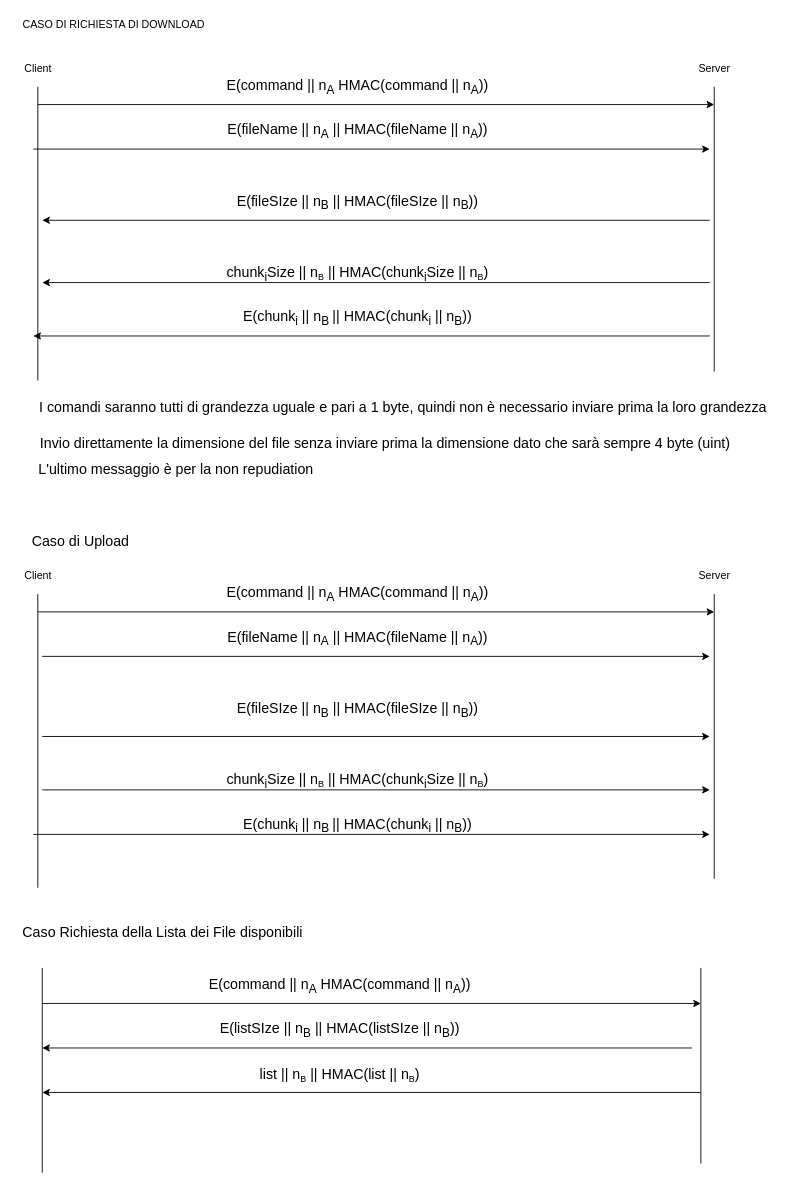
Earlier version of the draw.io diagram schemes/SecondPhase.drawio (fontanellileonardo/Secure-File-Transfer). Source tidied: cells renumbered, new cells numbered last; positions are measured from the earlier drawing's top-left corner, leaving out a move shared by most shapes. Both pictures are drawn from the tidied source at 89%, with x=0, y=0 at pixel (15, 15).
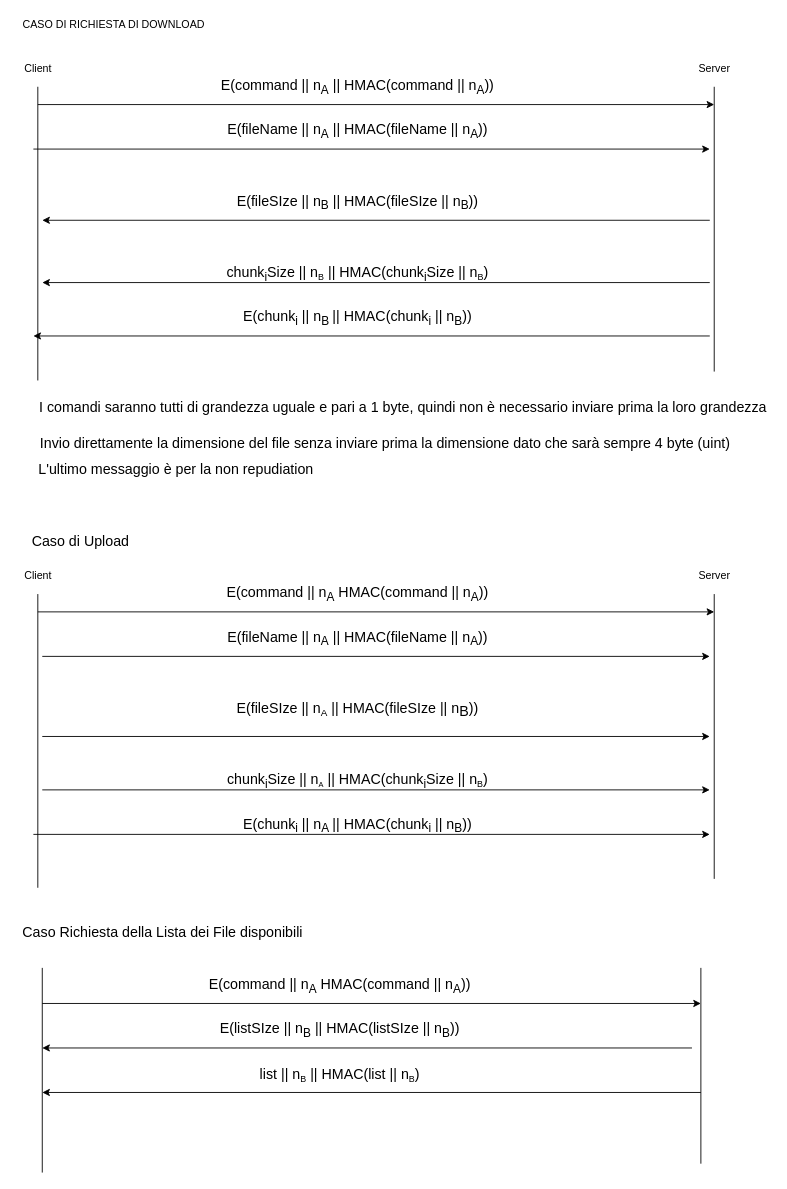
The same diagram, later.

Commit message (it also covers changes not shown here):
Modificati schemi protocolli

Diff of the diagram source:
```diff
@@
-    <mxCell id="7" value="&lt;font style=&quot;font-size: 16px&quot;&gt;E(command || n&lt;sub&gt;A&lt;/sub&gt; HMAC(command || n&lt;sub&gt;A&lt;/sub&gt;))&lt;/font&gt;" style="text;html=1;align=center;verticalAlign=middle;" parent="1" vertex="1">
-      <mxGeometry x="229" y="70" width="310" height="20" as="geometry" />
+    <mxCell id="7" value="&lt;font style=&quot;font-size: 16px&quot;&gt;E(command || n&lt;sub&gt;A&lt;/sub&gt;&amp;nbsp;|| HMAC(command || n&lt;sub&gt;A&lt;/sub&gt;))&lt;/font&gt;" style="text;html=1;align=center;verticalAlign=middle;" parent="1" vertex="1">
+      <mxGeometry x="224" y="70" width="320" height="20" as="geometry" />
     </mxCell>
@@
-    <mxCell id="29" value="&lt;font style=&quot;font-size: 16px&quot;&gt;E(fileSIze || n&lt;sub&gt;B&lt;/sub&gt; || HMAC(fileSIze || n&lt;sub&gt;B&lt;/sub&gt;))&lt;/font&gt;" style="text;html=1;align=center;verticalAlign=middle;" parent="1" vertex="1">
+    <mxCell id="29" value="&lt;font style=&quot;font-size: 16px&quot;&gt;E(fileSIze || n&lt;/font&gt;&lt;font style=&quot;font-size: 13.3333px&quot;&gt;&lt;sub&gt;A&lt;/sub&gt;&lt;/font&gt;&lt;font&gt;&lt;span style=&quot;font-size: 16px&quot;&gt;&amp;nbsp;|| HMAC(fileSIze || n&lt;/span&gt;&lt;sub style=&quot;font-size: 16px&quot;&gt;B&lt;/sub&gt;&lt;span style=&quot;font-size: 16px&quot;&gt;))&lt;/span&gt;&lt;/font&gt;" style="text;html=1;align=center;verticalAlign=middle;" parent="1" vertex="1">
       <mxGeometry x="239" y="770" width="290" height="20" as="geometry" />
     </mxCell>
@@
-    <mxCell id="31" value="&lt;font size=&quot;3&quot;&gt;chunk&lt;sub&gt;i&lt;/sub&gt;Size&amp;nbsp;&lt;/font&gt;&lt;span style=&quot;font-size: 16px&quot;&gt;|| n&lt;/span&gt;&lt;sub&gt;B&lt;/sub&gt;&lt;font size=&quot;3&quot;&gt;&amp;nbsp;|| HMAC(&lt;/font&gt;&lt;font size=&quot;3&quot;&gt;chunk&lt;sub&gt;i&lt;/sub&gt;Size&amp;nbsp;&lt;/font&gt;&lt;span style=&quot;font-size: 16px&quot;&gt;|| n&lt;/span&gt;&lt;sub&gt;B&lt;/sub&gt;&lt;font size=&quot;3&quot;&gt;)&lt;/font&gt;" style="text;html=1;align=center;verticalAlign=middle;" parent="1" vertex="1">
-      <mxGeometry x="229" y="850" width="310" height="20" as="geometry" />
+    <mxCell id="31" value="&lt;font size=&quot;3&quot;&gt;chunk&lt;sub&gt;i&lt;/sub&gt;Size&amp;nbsp;&lt;/font&gt;&lt;span style=&quot;font-size: 16px&quot;&gt;|| n&lt;/span&gt;&lt;span style=&quot;font-size: 10px&quot;&gt;&lt;sub&gt;A&lt;/sub&gt;&lt;/span&gt;&lt;font size=&quot;3&quot;&gt;&amp;nbsp;|| HMAC(&lt;/font&gt;&lt;font size=&quot;3&quot;&gt;chunk&lt;sub&gt;i&lt;/sub&gt;Size&amp;nbsp;&lt;/font&gt;&lt;span style=&quot;font-size: 16px&quot;&gt;|| n&lt;/span&gt;&lt;sub&gt;B&lt;/sub&gt;&lt;font size=&quot;3&quot;&gt;)&lt;/font&gt;" style="text;html=1;align=center;verticalAlign=middle;" parent="1" vertex="1">
+      <mxGeometry x="229" y="845" width="310" height="30" as="geometry" />
     </mxCell>
-    <mxCell id="32" value="&lt;font style=&quot;font-size: 16px&quot;&gt;E(chunk&lt;sub&gt;i&lt;/sub&gt;&amp;nbsp;|| n&lt;sub&gt;B &lt;/sub&gt;|| HMAC(chunk&lt;sub&gt;i&lt;/sub&gt;&amp;nbsp;|| n&lt;sub&gt;B&lt;/sub&gt;))&lt;/font&gt;" style="text;html=1;align=center;verticalAlign=middle;" parent="1" vertex="1">
+    <mxCell id="32" value="&lt;font style=&quot;font-size: 16px&quot;&gt;E(chunk&lt;sub&gt;i&lt;/sub&gt;&amp;nbsp;|| n&lt;sub&gt;A&amp;nbsp;&lt;/sub&gt;|| HMAC(chunk&lt;sub&gt;i&lt;/sub&gt;&amp;nbsp;|| n&lt;sub&gt;B&lt;/sub&gt;))&lt;/font&gt;" style="text;html=1;align=center;verticalAlign=middle;" parent="1" vertex="1">
       <mxGeometry x="249" y="900" width="270" height="20" as="geometry" />
     </mxCell>
```
